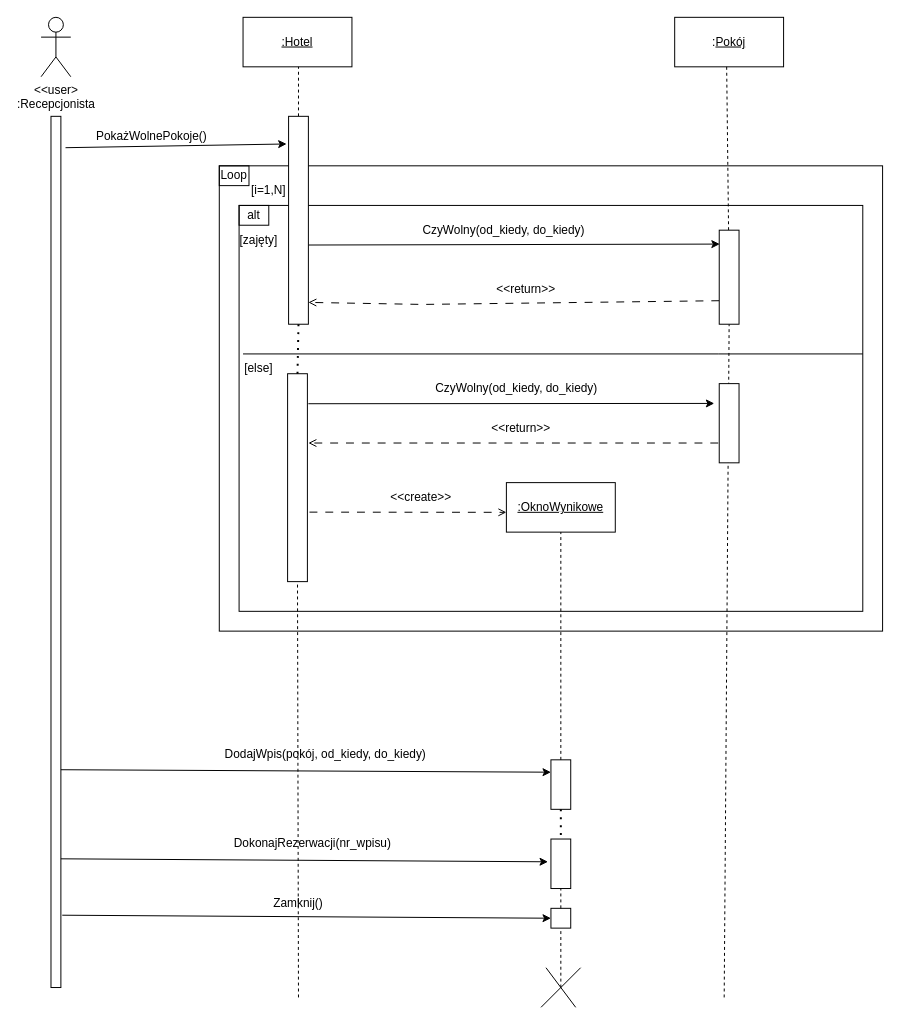
Before: przebieg.drawio in MichjuX/UML_Diagrams, a draw.io diagram. Source tidied: cells renumbered, new cells numbered last; positions are measured from the earlier drawing's top-left corner, leaving out a move shared by most shapes. Both pictures are drawn from the tidied source at 99%, with x=0, y=0 at pixel (41, 17).
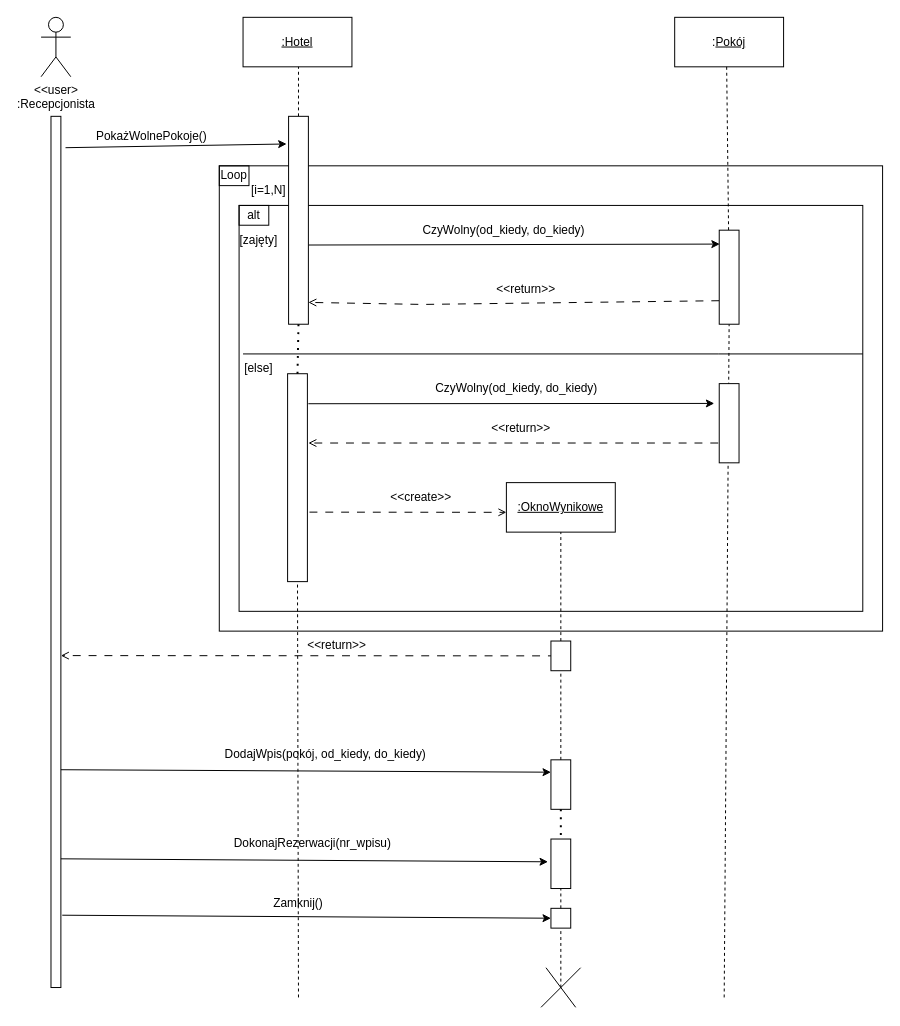
After the change.

Unchanged cells that the change refers to:
```xml
<mxCell id="4" style="html=1;whiteSpace=wrap;" parent="1" vertex="1">
  <mxGeometry x="10" y="100" width="10" height="880" as="geometry" />
</mxCell>
<mxCell id="10" value="&lt;u&gt;:OknoWynikowe&lt;/u&gt;" style="html=1;whiteSpace=wrap;" parent="1" vertex="1">
  <mxGeometry x="470" y="470" width="110" height="50" as="geometry" />
</mxCell>
<mxCell id="27" style="rounded=0;whiteSpace=wrap;html=1;" parent="1" vertex="1">
  <mxGeometry x="515" y="750" width="20" height="50" as="geometry" />
</mxCell>
```

What changed in the source:
```diff
@@
-    <mxCell id="30" style="endArrow=none;dashed=1;html=1;rounded=0;entryX=0.5;entryY=1;entryDx=0;entryDy=0;exitX=0.5;exitY=0;exitDx=0;exitDy=0;" parent="1" edge="1" source="27" target="10">
+    <mxCell id="30" style="endArrow=none;dashed=1;html=1;rounded=0;entryX=0.5;entryY=1;entryDx=0;entryDy=0;exitX=0.5;exitY=0;exitDx=0;exitDy=0;" parent="1" edge="1" source="53" target="10">
       <mxGeometry relative="1" as="geometry" />
     </mxCell>
@@
+    <mxCell id="51" style="endArrow=open;html=1;rounded=0;entryX=1;entryY=0.619;entryDx=0;entryDy=0;entryPerimeter=0;dashed=1;dashPattern=8 8;endFill=0;" parent="1" edge="1" target="4">
+      <mxGeometry relative="1" as="geometry">
+        <mxPoint x="520" y="645" as="sourcePoint" />
+      </mxGeometry>
+    </mxCell>
+    <mxCell id="52" style="endArrow=none;dashed=1;html=1;rounded=0;entryX=0.5;entryY=1;entryDx=0;entryDy=0;exitX=0.5;exitY=0;exitDx=0;exitDy=0;" parent="1" edge="1" source="27" target="53">
+      <mxGeometry relative="1" as="geometry" />
+    </mxCell>
+    <mxCell id="53" style="rounded=0;whiteSpace=wrap;html=1;" parent="1" vertex="1">
+      <mxGeometry x="515" y="630" width="20" height="30" as="geometry" />
+    </mxCell>
+    <mxCell id="54" value="&amp;lt;&amp;lt;return&amp;gt;&amp;gt;" style="text;html=1;align=center;verticalAlign=middle;whiteSpace=wrap;rounded=0;" parent="1" vertex="1">
+      <mxGeometry x="269" y="620" width="60" height="30" as="geometry" />
+    </mxCell>
```
